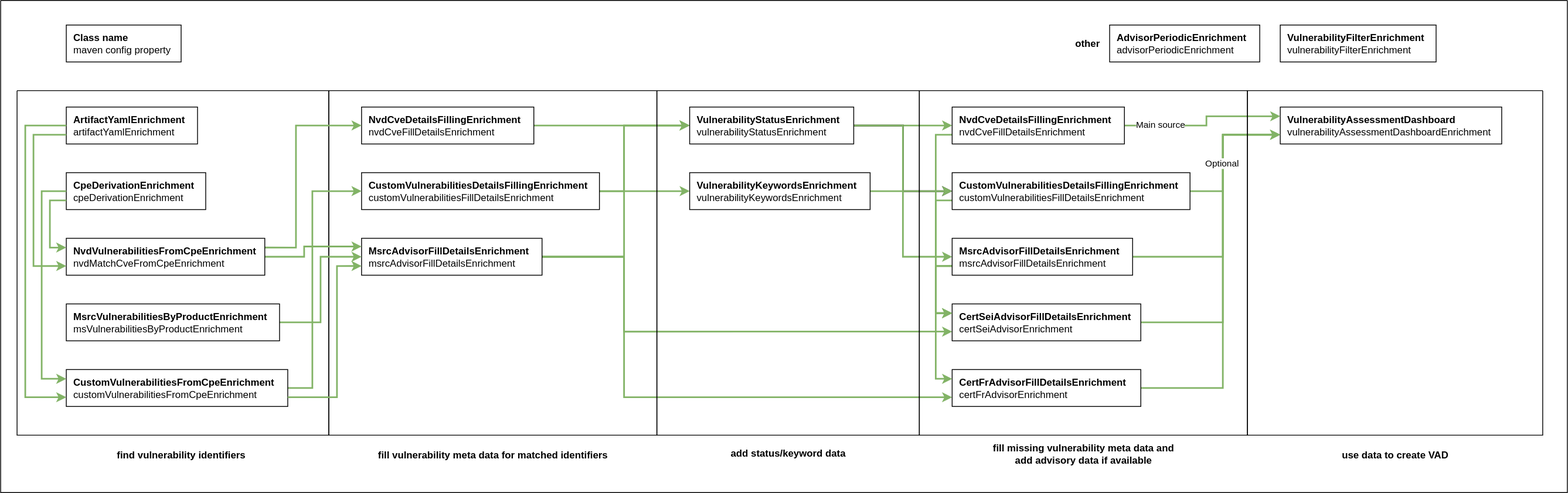
This is doc/inventory-enrichment/enrichment/inventory-enrichment-steps-order.svg from org-metaeffekt/metaeffekt-documentation-template, a draw.io export, as it was before one commit. Source tidied: cells renumbered, new cells last; positions are measured from the earlier drawing's top-left corner, leaving out a move shared by most shapes.
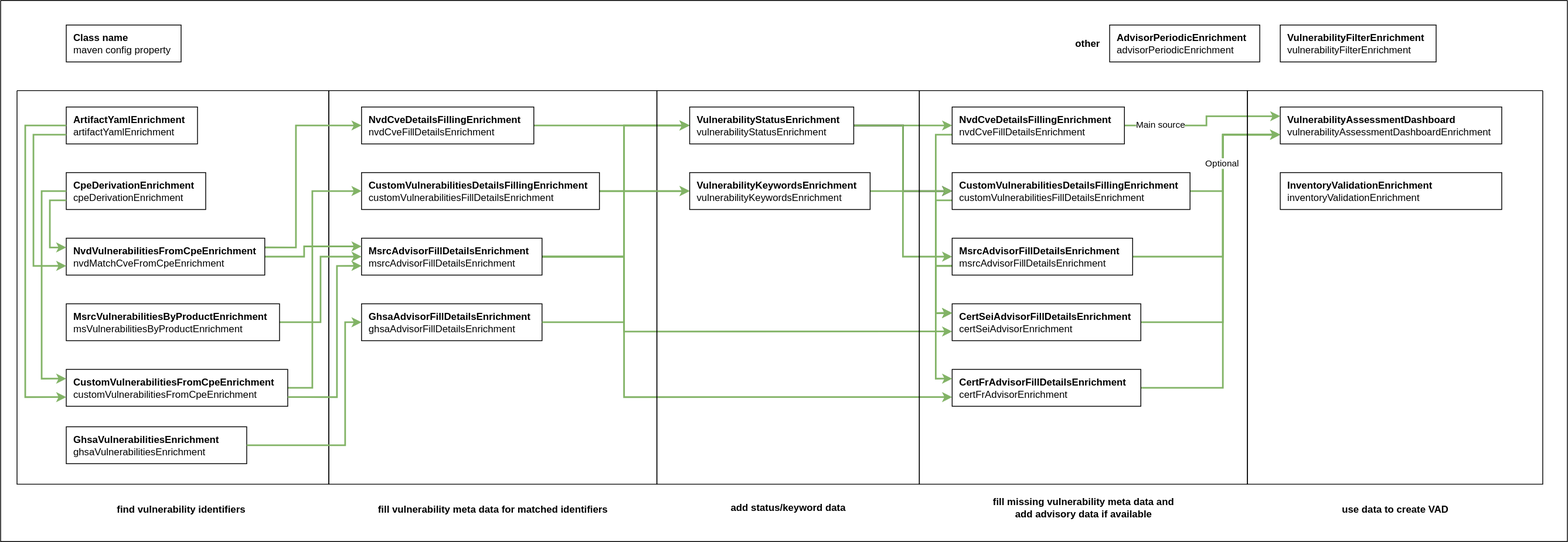
After the change.

Commit message:
AEAA-324: Add inventory validation to POM and documentation for enrichment steps.

What changed in the source:
```diff
@@ -171,34 +171,34 @@
       <mxGeometry x="1160" y="210" width="290" height="45" as="geometry" />
     </mxCell>
     <mxCell id="35" style="swimlane;startSize=0;" parent="1" vertex="1">
-      <mxGeometry x="20" y="110" width="380" height="420" as="geometry" />
+      <mxGeometry x="20" y="110" width="380" height="480" as="geometry" />
     </mxCell>
     <mxCell id="36" style="swimlane;startSize=0;" parent="1" vertex="1">
-      <mxGeometry x="400" y="110" width="400" height="420" as="geometry" />
+      <mxGeometry x="400" y="110" width="400" height="480" as="geometry" />
     </mxCell>
     <mxCell id="37" style="swimlane;startSize=0;" parent="1" vertex="1">
-      <mxGeometry x="800" y="110" width="320" height="420" as="geometry" />
+      <mxGeometry x="800" y="110" width="320" height="480" as="geometry" />
     </mxCell>
     <mxCell id="38" style="swimlane;startSize=0;" parent="1" vertex="1">
-      <mxGeometry x="1120" y="110" width="400" height="420" as="geometry" />
+      <mxGeometry x="1120" y="110" width="400" height="480" as="geometry" />
     </mxCell>
     <mxCell id="39" style="swimlane;startSize=0;" parent="1" vertex="1">
-      <mxGeometry x="1520" y="110" width="360" height="420" as="geometry" />
+      <mxGeometry x="1520" y="110" width="360" height="480" as="geometry" />
     </mxCell>
     <mxCell id="40" value="find vulnerability identifiers" style="text;html=1;align=center;verticalAlign=middle;strokeColor=none;fillColor=none;fontStyle=1;" parent="1" vertex="1">
-      <mxGeometry x="130" y="540" width="180" height="30" as="geometry" />
+      <mxGeometry x="130" y="606" width="180" height="30" as="geometry" />
     </mxCell>
     <mxCell id="41" value="fill vulnerability meta data for matched identifiers" style="text;html=1;align=center;verticalAlign=middle;strokeColor=none;fillColor=none;fontStyle=1;" parent="1" vertex="1">
-      <mxGeometry x="450" y="540" width="300" height="30" as="geometry" />
+      <mxGeometry x="450" y="606" width="300" height="30" as="geometry" />
     </mxCell>
     <mxCell id="42" value="add status/keyword data" style="text;html=1;align=center;verticalAlign=middle;strokeColor=none;fillColor=none;fontStyle=1;" parent="1" vertex="1">
-      <mxGeometry x="880" y="537.5" width="160" height="30" as="geometry" />
+      <mxGeometry x="880" y="603.5" width="160" height="30" as="geometry" />
     </mxCell>
     <mxCell id="43" value="fill missing vulnerability meta data and&lt;br&gt;add advisory data if available" style="text;html=1;align=center;verticalAlign=middle;strokeColor=none;fillColor=none;fontStyle=1;" parent="1" vertex="1">
-      <mxGeometry x="1200" y="532.5" width="240" height="40" as="geometry" />
+      <mxGeometry x="1200" y="598.5" width="240" height="40" as="geometry" />
     </mxCell>
     <mxCell id="44" value="use data to create VAD" style="text;html=1;align=center;verticalAlign=middle;strokeColor=none;fillColor=none;fontStyle=1;" parent="1" vertex="1">
-      <mxGeometry x="1625" y="540" width="150" height="30" as="geometry" />
+      <mxGeometry x="1625" y="606" width="150" height="30" as="geometry" />
     </mxCell>
     <mxCell id="45" style="edgeStyle=orthogonalEdgeStyle;rounded=0;jettySize=auto;html=1;entryX=0;entryY=0.5;entryDx=0;entryDy=0;strokeWidth=2;labelBackgroundColor=none;fillColor=#d5e8d4;strokeColor=#82b366;" parent="1" edge="1" source="55" target="15">
       <mxGeometry relative="1" as="geometry">
@@ -233,7 +233,7 @@
       </mxGeometry>
     </mxCell>
     <mxCell id="49" style="swimlane;startSize=0;labelBackgroundColor=default;" parent="1" vertex="1">
-      <mxGeometry width="1910" height="600" as="geometry" />
+      <mxGeometry width="1910" height="660" as="geometry" />
     </mxCell>
     <mxCell id="50" value="&lt;b&gt;CpeDerivationEnrichment&lt;/b&gt;&lt;br&gt;cpeDerivationEnrichment" style="rounded=0;whiteSpace=wrap;html=1;align=left;spacingLeft=7;" parent="49" vertex="1">
       <mxGeometry x="80" y="210" width="170" height="45" as="geometry" />
@@ -286,6 +286,23 @@
     <mxCell id="61" value="&lt;b&gt;VulnerabilityFilterEnrichment&lt;/b&gt;&lt;br&gt;vulnerabilityFilterEnrichment" style="rounded=0;whiteSpace=wrap;html=1;align=left;spacingLeft=7;" parent="49" vertex="1">
       <mxGeometry x="1560" y="30" width="190" height="45" as="geometry" />
     </mxCell>
+    <mxCell id="63" value="&lt;b&gt;GhsaAdvisorFillDetailsEnrichment&lt;/b&gt;&lt;br&gt;ghsaAdvisorFillDetailsEnrichment" style="rounded=0;whiteSpace=wrap;html=1;align=left;spacingLeft=7;" parent="49" vertex="1">
+      <mxGeometry x="440" y="370" width="220" height="45" as="geometry" />
+    </mxCell>
+    <mxCell id="64" value="&lt;b&gt;GhsaVulnerabilitiesEnrichment&lt;/b&gt;&lt;br&gt;ghsaVulnerabilitiesEnrichment" style="rounded=0;whiteSpace=wrap;html=1;align=left;spacingLeft=7;" parent="49" vertex="1">
+      <mxGeometry x="80" y="520" width="220" height="45" as="geometry" />
+    </mxCell>
+    <mxCell id="65" style="edgeStyle=orthogonalEdgeStyle;rounded=0;jettySize=auto;html=1;exitX=1;exitY=0.5;exitDx=0;exitDy=0;entryX=0;entryY=0.5;entryDx=0;entryDy=0;labelBackgroundColor=none;strokeColor=#82b366;strokeWidth=2;fillColor=#d5e8d4;" parent="49" edge="1" source="64" target="63">
+      <mxGeometry relative="1" as="geometry">
+        <Array as="points">
+          <mxPoint x="420" y="543" />
+          <mxPoint x="420" y="393" />
+        </Array>
+      </mxGeometry>
+    </mxCell>
+    <mxCell id="66" value="&lt;b&gt;InventoryValidationEnrichment&lt;/b&gt;&lt;br&gt;inventoryValidationEnrichment" style="rounded=0;whiteSpace=wrap;html=1;align=left;spacingLeft=7;" parent="49" vertex="1">
+      <mxGeometry x="1560" y="210" width="270" height="45" as="geometry" />
+    </mxCell>
     <mxCell id="62" style="edgeStyle=orthogonalEdgeStyle;rounded=0;jettySize=auto;html=1;exitX=1;exitY=0.75;exitDx=0;exitDy=0;entryX=0;entryY=0.75;entryDx=0;entryDy=0;labelBackgroundColor=none;strokeColor=#82b366;strokeWidth=2;fillColor=#d5e8d4;" parent="1" edge="1" source="55" target="7">
       <mxGeometry relative="1" as="geometry">
         <Array as="points">
@@ -294,5 +311,13 @@
         </Array>
       </mxGeometry>
     </mxCell>
+    <mxCell id="67" style="edgeStyle=orthogonalEdgeStyle;rounded=0;jettySize=auto;html=1;entryX=0;entryY=0.5;entryDx=0;entryDy=0;labelBackgroundColor=none;strokeWidth=2;fillColor=#d5e8d4;strokeColor=#82b366;exitX=1;exitY=0.5;exitDx=0;exitDy=0;" parent="1" edge="1" source="63" target="21">
+      <mxGeometry relative="1" as="geometry">
+        <Array as="points">
+          <mxPoint x="760" y="393" />
+          <mxPoint x="760" y="233" />
+        </Array>
+      </mxGeometry>
+    </mxCell>
   </root>
 </mxGraphModel>
```
